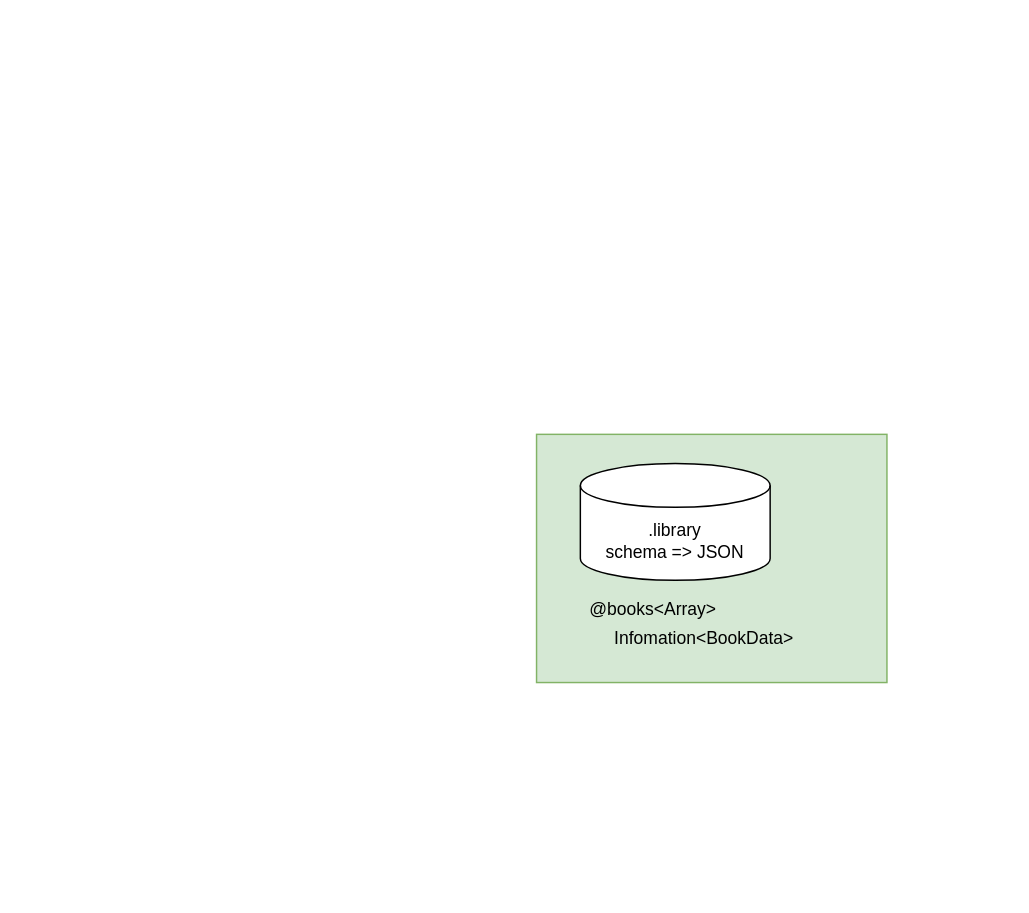
Before: page "Reader" (4 of 4) of blueprint/Process.drawio in nsplup/aReader, a draw.io diagram. Source tidied: cells renumbered, new cells numbered last; positions are measured from the earlier drawing's top-left corner, leaving out a move shared by most shapes. Both pictures are drawn from the tidied source at 146%, with x=0, y=0 at pixel (536, 434).
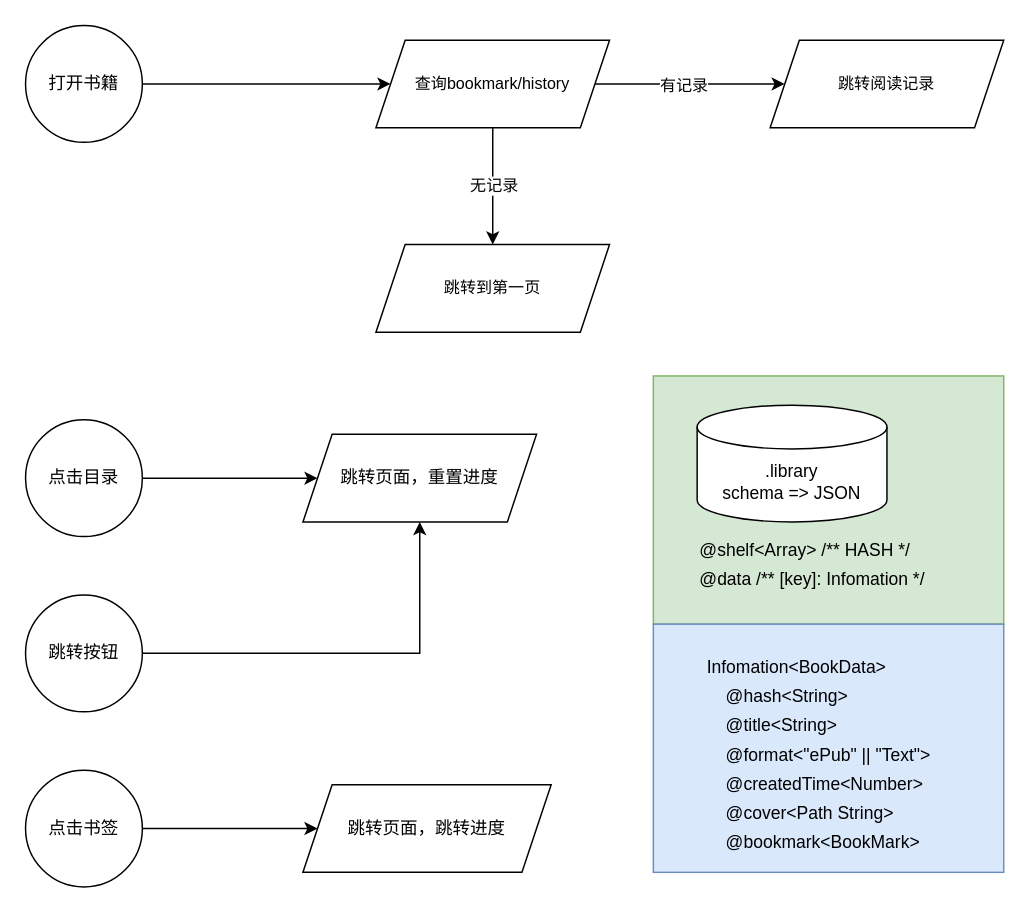
The same page after the edit.

Diff of the diagram source:
```diff
@@
-    <mxCell id="2" style="rounded=0;whiteSpace=wrap;html=1;fillColor=#d5e8d4;strokeColor=#82b366;" parent="1" vertex="1">
-      <mxGeometry width="240" height="170" as="geometry" />
-    </mxCell>
+    <mxCell id="6" style="edgeStyle=orthogonalEdgeStyle;rounded=0;jettySize=auto;html=1;" parent="1" edge="1" source="7" target="23">
+      <mxGeometry relative="1" as="geometry" />
+    </mxCell>
+    <mxCell id="7" value="打开书籍" style="ellipse;whiteSpace=wrap;html=1;" parent="1" vertex="1">
+      <mxGeometry x="-350" y="-280" width="80" height="80" as="geometry" />
+    </mxCell>
+    <mxCell id="8" style="group;" parent="1" vertex="1">
+      <mxGeometry x="80" y="-40" width="240" height="340" as="geometry" />
+    </mxCell>
+    <mxCell id="9" style="rounded=0;whiteSpace=wrap;html=1;fillColor=#d5e8d4;strokeColor=#82b366;" parent="8" vertex="1">
+      <mxGeometry width="240" height="170" as="geometry" />
+    </mxCell>
-    <mxCell id="3" value=".library&lt;br&gt;schema =&amp;gt; JSON" style="shape=cylinder3;whiteSpace=wrap;html=1;boundedLbl=1;backgroundOutline=1;size=15;" parent="1" vertex="1">
+    <mxCell id="3" value=".library&lt;br&gt;schema =&amp;gt; JSON" style="shape=cylinder3;whiteSpace=wrap;html=1;boundedLbl=1;backgroundOutline=1;size=15;" parent="8" vertex="1">
       <mxGeometry x="30" y="20" width="130" height="80" as="geometry" />
     </mxCell>
+    <mxCell id="10" value="@shelf&amp;lt;Array&amp;gt; /** HASH */" style="text;html=1;strokeColor=none;fillColor=none;align=left;verticalAlign=middle;whiteSpace=wrap;rounded=0;" parent="8" vertex="1">
+      <mxGeometry x="30" y="110" width="150" height="20" as="geometry" />
+    </mxCell>
+    <mxCell id="11" style="rounded=0;whiteSpace=wrap;html=1;align=left;fillColor=#dae8fc;strokeColor=#6c8ebf;" parent="8" vertex="1">
+      <mxGeometry y="170" width="240" height="170" as="geometry" />
+    </mxCell>
-    <mxCell id="4" value="Infomation&amp;lt;BookData&amp;gt;" style="text;html=1;strokeColor=none;fillColor=none;align=center;verticalAlign=middle;whiteSpace=wrap;rounded=0;" parent="1" vertex="1">
-      <mxGeometry x="50" y="130" width="130" height="20" as="geometry" />
+    <mxCell id="4" value="Infomation&amp;lt;BookData&amp;gt;" style="text;html=1;strokeColor=none;fillColor=none;align=left;verticalAlign=middle;whiteSpace=wrap;rounded=0;" parent="8" vertex="1">
+      <mxGeometry x="35" y="190" width="130" height="20" as="geometry" />
     </mxCell>
-    <mxCell id="5" value="@books&amp;lt;Array&amp;gt;" style="text;html=1;strokeColor=none;fillColor=none;align=center;verticalAlign=middle;whiteSpace=wrap;rounded=0;" parent="1" vertex="1">
-      <mxGeometry x="30" y="110" width="100" height="20" as="geometry" />
-    </mxCell>
+    <mxCell id="12" value="@title&amp;lt;String&amp;gt;" style="text;html=1;strokeColor=none;fillColor=none;align=left;verticalAlign=middle;whiteSpace=wrap;rounded=0;" parent="8" vertex="1">
+      <mxGeometry x="48" y="230" width="80" height="20" as="geometry" />
+    </mxCell>
+    <mxCell id="13" value="@format&amp;lt;&quot;ePub&quot; || &quot;Text&quot;&amp;gt;" style="text;html=1;strokeColor=none;fillColor=none;align=left;verticalAlign=middle;whiteSpace=wrap;rounded=0;" parent="8" vertex="1">
+      <mxGeometry x="48" y="250" width="150" height="20" as="geometry" />
+    </mxCell>
+    <mxCell id="14" value="@&lt;span class=&quot;RichText ztext&quot; itemprop=&quot;text&quot;&gt;createdTime&lt;/span&gt;&amp;lt;Number&amp;gt;" style="text;html=1;strokeColor=none;fillColor=none;align=left;verticalAlign=middle;whiteSpace=wrap;rounded=0;" parent="8" vertex="1">
+      <mxGeometry x="48" y="270" width="138" height="20" as="geometry" />
+    </mxCell>
+    <mxCell id="15" value="@cover&amp;lt;Path String&amp;gt;" style="text;html=1;strokeColor=none;fillColor=none;align=left;verticalAlign=middle;whiteSpace=wrap;rounded=0;" parent="8" vertex="1">
+      <mxGeometry x="48" y="290" width="125" height="20" as="geometry" />
+    </mxCell>
+    <mxCell id="16" value="@bookmark&amp;lt;BookMark&amp;gt;" style="text;html=1;strokeColor=none;fillColor=none;align=left;verticalAlign=middle;whiteSpace=wrap;rounded=0;" parent="8" vertex="1">
+      <mxGeometry x="48" y="310" width="132" height="20" as="geometry" />
+    </mxCell>
+    <mxCell id="17" value="@data /** [key]: Infomation */" style="text;html=1;strokeColor=none;fillColor=none;align=left;verticalAlign=middle;whiteSpace=wrap;rounded=0;" parent="8" vertex="1">
+      <mxGeometry x="30" y="130" width="160" height="20" as="geometry" />
+    </mxCell>
+    <mxCell id="18" value="@hash&amp;lt;String&amp;gt;" style="text;html=1;strokeColor=none;fillColor=none;align=left;verticalAlign=middle;whiteSpace=wrap;rounded=0;" parent="8" vertex="1">
+      <mxGeometry x="48" y="210" width="80" height="20" as="geometry" />
+    </mxCell>
+    <mxCell id="19" style="edgeStyle=orthogonalEdgeStyle;rounded=0;jettySize=auto;html=1;" parent="1" edge="1" source="23" target="24">
+      <mxGeometry relative="1" as="geometry" />
+    </mxCell>
+    <mxCell id="20" value="有记录" style="edgeLabel;html=1;align=center;verticalAlign=middle;" parent="19" vertex="1">
+      <mxGeometry x="-0.14" y="2" relative="1" as="geometry">
+        <mxPoint x="4.1" y="2" as="offset" />
+      </mxGeometry>
+    </mxCell>
+    <mxCell id="21" style="edgeStyle=orthogonalEdgeStyle;rounded=0;jettySize=auto;html=1;" parent="1" edge="1" source="23" target="25">
+      <mxGeometry relative="1" as="geometry">
+        <Array as="points">
+          <mxPoint x="-30" y="-170" />
+          <mxPoint x="-30" y="-170" />
+        </Array>
+      </mxGeometry>
+    </mxCell>
+    <mxCell id="22" value="无记录" style="edgeLabel;html=1;align=center;verticalAlign=middle;" parent="21" vertex="1">
+      <mxGeometry x="-0.19" relative="1" as="geometry">
+        <mxPoint y="7.6" as="offset" />
+      </mxGeometry>
+    </mxCell>
+    <mxCell id="23" value="&lt;span style=&quot;font-size: 11px ; background-color: rgb(255 , 255 , 255)&quot;&gt;查询bookmark/history&lt;/span&gt;" style="shape=parallelogram;perimeter=parallelogramPerimeter;whiteSpace=wrap;html=1;fixedSize=1;" parent="1" vertex="1">
+      <mxGeometry x="-110" y="-270" width="160" height="60" as="geometry" />
+    </mxCell>
+    <mxCell id="24" value="&lt;span style=&quot;font-size: 11px ; background-color: rgb(255 , 255 , 255)&quot;&gt;跳转阅读记录&lt;/span&gt;" style="shape=parallelogram;perimeter=parallelogramPerimeter;whiteSpace=wrap;html=1;fixedSize=1;" parent="1" vertex="1">
+      <mxGeometry x="160" y="-270" width="160" height="60" as="geometry" />
+    </mxCell>
+    <mxCell id="25" value="&lt;span style=&quot;font-size: 11px ; background-color: rgb(255 , 255 , 255)&quot;&gt;跳转到第一页&lt;/span&gt;" style="shape=parallelogram;perimeter=parallelogramPerimeter;whiteSpace=wrap;html=1;fixedSize=1;" parent="1" vertex="1">
+      <mxGeometry x="-110" y="-130" width="160" height="60" as="geometry" />
+    </mxCell>
+    <mxCell id="26" style="edgeStyle=orthogonalEdgeStyle;rounded=0;jettySize=auto;html=1;" parent="1" edge="1" source="27" target="32">
+      <mxGeometry relative="1" as="geometry" />
+    </mxCell>
+    <mxCell id="27" value="点击目录" style="ellipse;whiteSpace=wrap;html=1;align=center;" parent="1" vertex="1">
+      <mxGeometry x="-350" y="-10" width="80" height="80" as="geometry" />
+    </mxCell>
+    <mxCell id="28" style="edgeStyle=orthogonalEdgeStyle;rounded=0;jettySize=auto;html=1;entryX=0.5;entryY=1;entryDx=0;entryDy=0;" parent="1" edge="1" source="29" target="32">
+      <mxGeometry relative="1" as="geometry" />
+    </mxCell>
+    <mxCell id="29" value="跳转按钮" style="ellipse;whiteSpace=wrap;html=1;align=center;" parent="1" vertex="1">
+      <mxGeometry x="-350" y="110" width="80" height="80" as="geometry" />
+    </mxCell>
+    <mxCell id="30" style="edgeStyle=orthogonalEdgeStyle;rounded=0;jettySize=auto;html=1;" parent="1" edge="1" source="31" target="33">
+      <mxGeometry relative="1" as="geometry" />
+    </mxCell>
+    <mxCell id="31" value="点击书签" style="ellipse;whiteSpace=wrap;html=1;align=center;" parent="1" vertex="1">
+      <mxGeometry x="-350" y="230" width="80" height="80" as="geometry" />
+    </mxCell>
+    <mxCell id="32" value="跳转页面，重置进度" style="shape=parallelogram;perimeter=parallelogramPerimeter;whiteSpace=wrap;html=1;fixedSize=1;" parent="1" vertex="1">
+      <mxGeometry x="-160" width="160" height="60" as="geometry" />
+    </mxCell>
+    <mxCell id="33" value="跳转页面，跳转进度" style="shape=parallelogram;perimeter=parallelogramPerimeter;whiteSpace=wrap;html=1;fixedSize=1;" parent="1" vertex="1">
+      <mxGeometry x="-160" y="240" width="170" height="60" as="geometry" />
+    </mxCell>
```
